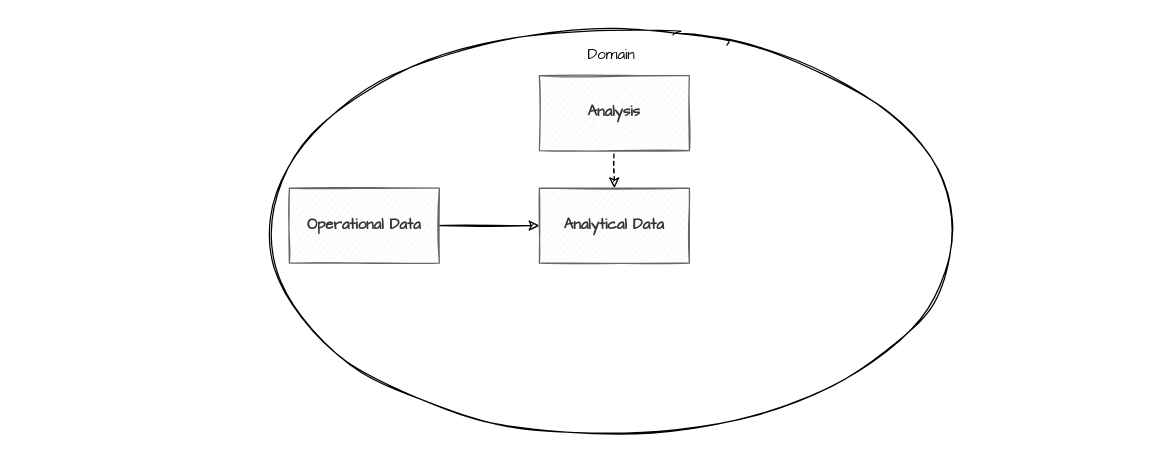
Earlier version of the draw.io diagram diagrams/domainteamjourney_level2.drawio (datamesh-architecture/datamesh-architecture.com). Source tidied: cells renumbered, new cells numbered last; positions are measured from the earlier drawing's top-left corner, leaving out a move shared by most shapes. Both pictures are drawn from the tidied source at 125%, with x=0, y=0 at pixel (21, 21).
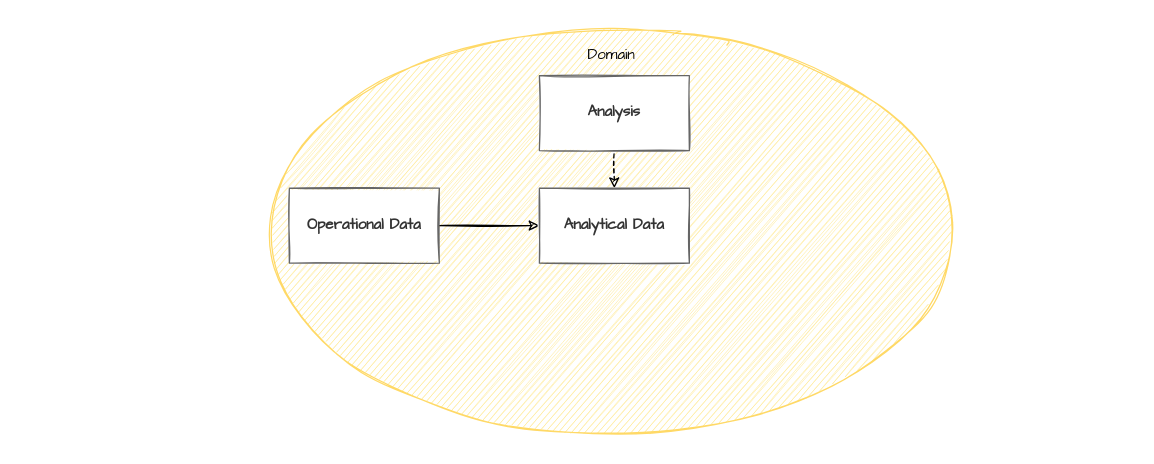
The same page after the edit.

Change to the diagram source:
```diff
@@
 <mxGraphModel>
   <root>
     <mxCell id="0" />
     <mxCell id="1" parent="0" />
     <mxCell id="2" style="rounded=0;whiteSpace=wrap;html=1;fillColor=none;strokeColor=none;sketch=1;fontFamily=Architects Daughter;" parent="1" vertex="1">
       <mxGeometry width="889" height="337" as="geometry" />
     </mxCell>
-    <mxCell id="3" value="Domain" style="ellipse;whiteSpace=wrap;html=1;verticalAlign=top;sketch=1;fontFamily=Architects Daughter;" parent="1" vertex="1">
+    <mxCell id="3" value="Domain" style="ellipse;whiteSpace=wrap;html=1;verticalAlign=top;sketch=1;fontFamily=Architects Daughter;strokeColor=#FFD966;fillColor=#FFEB99;" parent="1" vertex="1">
       <mxGeometry x="184" y="13" width="575.5" height="310" as="geometry" />
     </mxCell>
     <mxCell id="4" style="edgeStyle=orthogonalEdgeStyle;rounded=0;jettySize=auto;html=1;startArrow=classic;startFill=1;endArrow=none;endFill=0;exitX=0;exitY=0.5;exitDx=0;exitDy=0;sketch=1;fontFamily=Architects Daughter;" parent="1" edge="1" source="8" target="5">
       <mxGeometry relative="1" as="geometry" />
     </mxCell>
-    <mxCell id="5" value="Operational Data" style="rounded=0;whiteSpace=wrap;html=1;fillColor=#f5f5f5;fontColor=#333333;strokeColor=#666666;fontStyle=1;sketch=1;fontFamily=Architects Daughter;" parent="1" vertex="1">
+    <mxCell id="5" value="Operational Data" style="rounded=0;whiteSpace=wrap;html=1;fillColor=#FFFFFF;fontColor=#333333;strokeColor=#666666;fontStyle=1;sketch=1;fontFamily=Architects Daughter;fillStyle=solid;" parent="1" vertex="1">
       <mxGeometry x="214" y="133" width="120" height="60" as="geometry" />
     </mxCell>
-    <mxCell id="6" value="Analysis" style="rounded=0;whiteSpace=wrap;html=1;fillColor=#f5f5f5;fontColor=#333333;strokeColor=#666666;fontStyle=1;sketch=1;fontFamily=Architects Daughter;" parent="1" vertex="1">
+    <mxCell id="6" value="Analysis" style="rounded=0;whiteSpace=wrap;html=1;fillColor=#FFFFFF;fontColor=#333333;strokeColor=#666666;fontStyle=1;sketch=1;fontFamily=Architects Daughter;fillStyle=solid;" parent="1" vertex="1">
       <mxGeometry x="414" y="43" width="120" height="60" as="geometry" />
     </mxCell>
     <mxCell id="7" style="rounded=0;jettySize=auto;html=1;exitX=0.5;exitY=0;exitDx=0;exitDy=0;startArrow=classic;startFill=1;endArrow=none;endFill=0;dashed=1;sketch=1;fontFamily=Architects Daughter;" parent="1" edge="1" source="8" target="6">
       <mxGeometry relative="1" as="geometry" />
     </mxCell>
-    <mxCell id="8" value="Analytical Data" style="rounded=0;whiteSpace=wrap;html=1;fillColor=#f5f5f5;fontColor=#333333;strokeColor=#666666;fontStyle=1;sketch=1;fontFamily=Architects Daughter;" parent="1" vertex="1">
+    <mxCell id="8" value="Analytical Data" style="rounded=0;whiteSpace=wrap;html=1;fillColor=#FFFFFF;fontColor=#333333;strokeColor=#666666;fontStyle=1;sketch=1;fontFamily=Architects Daughter;fillStyle=solid;" parent="1" vertex="1">
       <mxGeometry x="414" y="133" width="120" height="60" as="geometry" />
     </mxCell>
   </root>
 </mxGraphModel>
```
